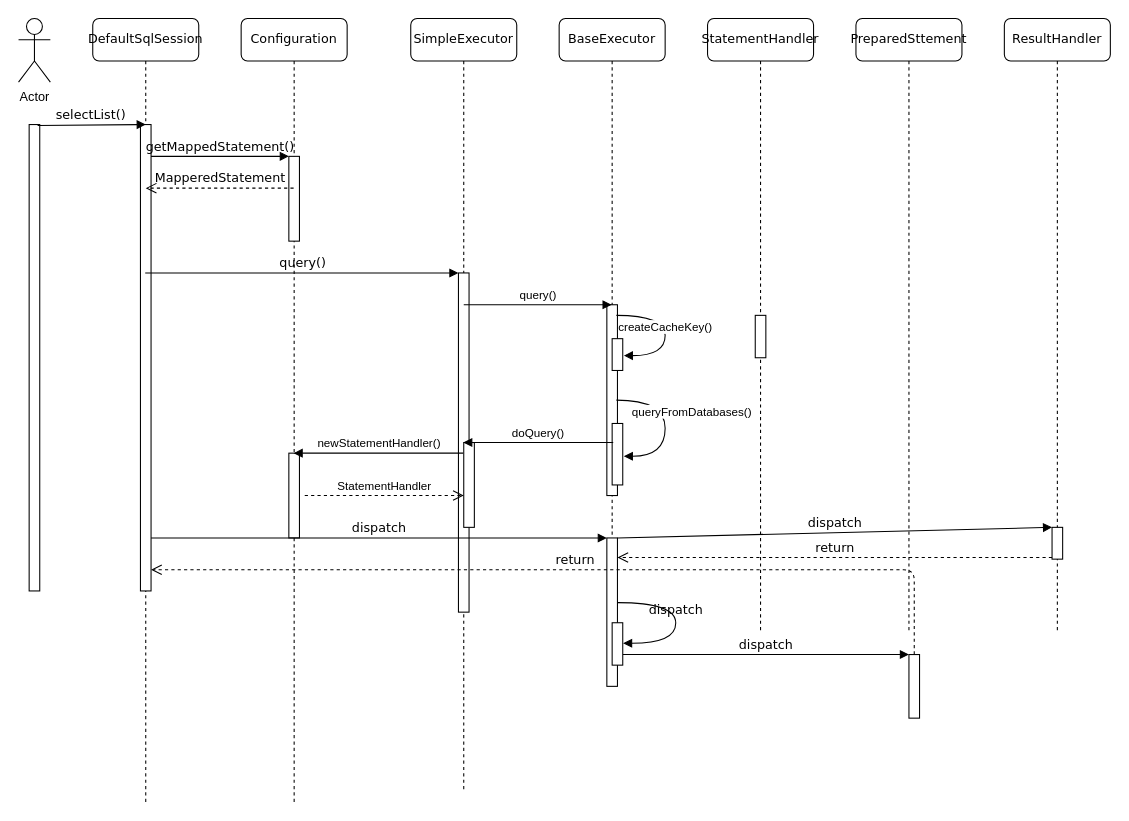
zyazxr/AAA1Draw keeps this draw.io diagram as ALL Diagram.drawio. Above is the earlier version. Source tidied: cells renumbered, new cells numbered last; positions are measured from the earlier drawing's top-left corner, leaving out a move shared by most shapes. Both pictures are drawn from the tidied source at 106%, with x=0, y=0 at pixel (18, 18).
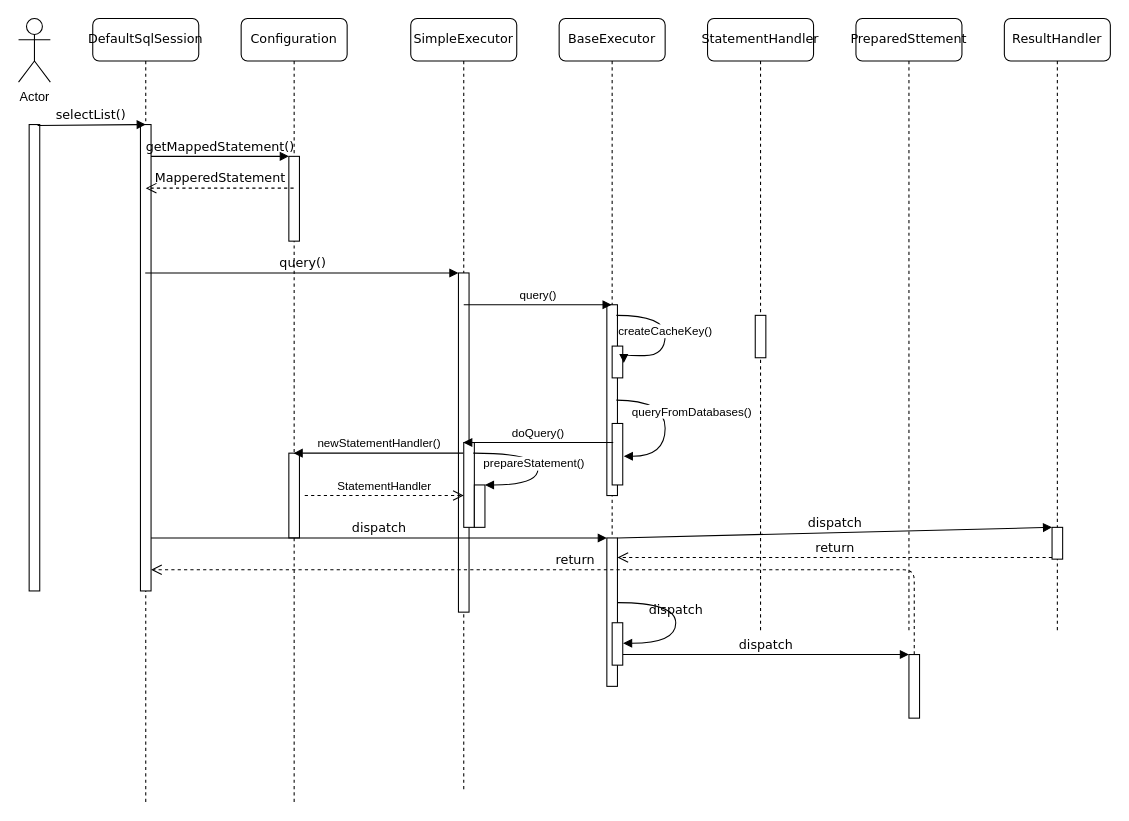
After the change.

Unchanged cells that the change refers to:
```xml
<mxCell id="7" style="html=1;points=[];perimeter=orthogonalPerimeter;rounded=0;shadow=0;comic=0;labelBackgroundColor=none;strokeWidth=1;fontFamily=Verdana;fontSize=12;align=center;" parent="5" vertex="1">
  <mxGeometry x="50" y="400" width="10" height="80" as="geometry" />
</mxCell>
```

Diff of the diagram source:
```diff
@@
     <mxCell id="26" style="html=1;points=[];perimeter=orthogonalPerimeter;rounded=0;shadow=0;comic=0;labelBackgroundColor=none;strokeWidth=1;fontFamily=Verdana;fontSize=12;align=center;" parent="1" vertex="1">
-      <mxGeometry x="560" y="302" width="10" height="30" as="geometry" />
+      <mxGeometry x="560" y="309" width="10" height="30" as="geometry" />
     </mxCell>
@@
+    <mxCell id="41" style="html=1;points=[];perimeter=orthogonalPerimeter;" parent="1" vertex="1">
+      <mxGeometry x="430" y="440" width="10" height="40" as="geometry" />
+    </mxCell>
+    <mxCell id="42" value="prepareStatement()" style="edgeStyle=orthogonalEdgeStyle;html=1;align=left;spacingLeft=2;endArrow=block;rounded=0;entryX=1;entryY=0;curved=1;exitX=0.9;exitY=0.125;exitDx=0;exitDy=0;exitPerimeter=0;" parent="1" edge="1" source="7" target="41">
+      <mxGeometry x="-0.91" y="-10" relative="1" as="geometry">
+        <Array as="points">
+          <mxPoint x="490" y="410" />
+          <mxPoint x="490" y="440" />
+        </Array>
+      </mxGeometry>
+    </mxCell>
```
